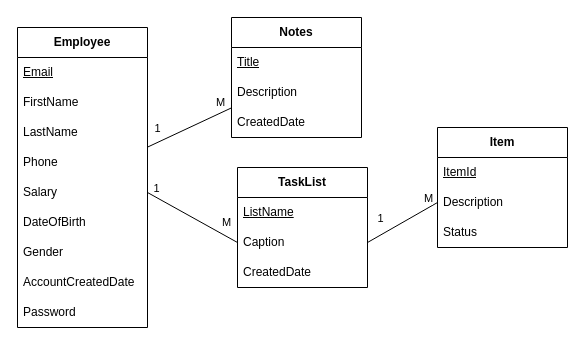
ashrikaJay/ai-php-owlwise keeps this draw.io diagram as Designs/Database.drawio. Above is the earlier version. Source tidied: cells renumbered, new cells numbered last; positions are measured from the earlier drawing's top-left corner, leaving out a move shared by most shapes. Both pictures are drawn from the tidied source at 100%, with x=0, y=0 at pixel (17, 17).
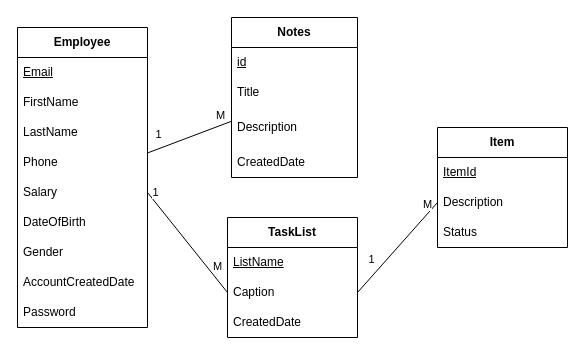
The same page after the edit.

The edit, as a diff of the source:
```diff
@@
     <mxCell id="15" value="Notes" style="swimlane;fontStyle=1;horizontal=1;startSize=30;whiteSpace=wrap;html=1;" parent="1" vertex="1">
-      <mxGeometry x="214" width="130" height="120" as="geometry" />
+      <mxGeometry x="214" width="126" height="160" as="geometry" />
     </mxCell>
-    <mxCell id="16" value="&lt;u&gt;Title&lt;/u&gt;" style="text;strokeColor=none;fillColor=none;align=left;verticalAlign=middle;spacingLeft=4;spacingRight=4;overflow=hidden;whiteSpace=wrap;html=1;" parent="15" vertex="1">
-      <mxGeometry y="30" width="130" height="30" as="geometry" />
+    <mxCell id="16" value="&lt;u&gt;id&lt;/u&gt;" style="text;strokeColor=none;fillColor=none;align=left;verticalAlign=middle;spacingLeft=4;spacingRight=4;overflow=hidden;whiteSpace=wrap;html=1;" parent="15" vertex="1">
+      <mxGeometry y="30" width="126" height="30" as="geometry" />
     </mxCell>
-    <mxCell id="17" value="Description" style="text;strokeColor=none;fillColor=none;align=left;verticalAlign=middle;spacingLeft=4;spacingRight=4;overflow=hidden;whiteSpace=wrap;html=1;" parent="15" vertex="1">
-      <mxGeometry y="60" width="130" height="30" as="geometry" />
+    <mxCell id="17" value="Title" style="text;strokeColor=none;fillColor=none;align=left;verticalAlign=middle;spacingLeft=4;spacingRight=4;overflow=hidden;whiteSpace=wrap;html=1;" parent="15" vertex="1">
+      <mxGeometry y="60" width="126" height="30" as="geometry" />
     </mxCell>
-    <mxCell id="18" value="CreatedDate" style="text;strokeColor=none;fillColor=none;align=left;verticalAlign=middle;spacingLeft=4;spacingRight=4;overflow=hidden;whiteSpace=wrap;html=1;" parent="15" vertex="1">
-      <mxGeometry y="90" width="130" height="30" as="geometry" />
+    <mxCell id="18" value="Description" style="text;strokeColor=none;fillColor=none;align=left;verticalAlign=middle;spacingLeft=4;spacingRight=4;overflow=hidden;whiteSpace=wrap;html=1;" parent="15" vertex="1">
+      <mxGeometry y="90" width="126" height="40" as="geometry" />
     </mxCell>
+    <mxCell id="33" value="CreatedDate" style="text;strokeColor=none;fillColor=none;align=left;verticalAlign=middle;spacingLeft=4;spacingRight=4;overflow=hidden;whiteSpace=wrap;html=1;" parent="15" vertex="1">
+      <mxGeometry y="130" width="126" height="30" as="geometry" />
+    </mxCell>
     <mxCell id="19" value="TaskList" style="swimlane;fontStyle=1;horizontal=1;startSize=30;whiteSpace=wrap;html=1;" parent="1" vertex="1">
-      <mxGeometry x="220" y="150" width="130" height="120" as="geometry" />
+      <mxGeometry x="210" y="200" width="130" height="120" as="geometry" />
     </mxCell>
```
